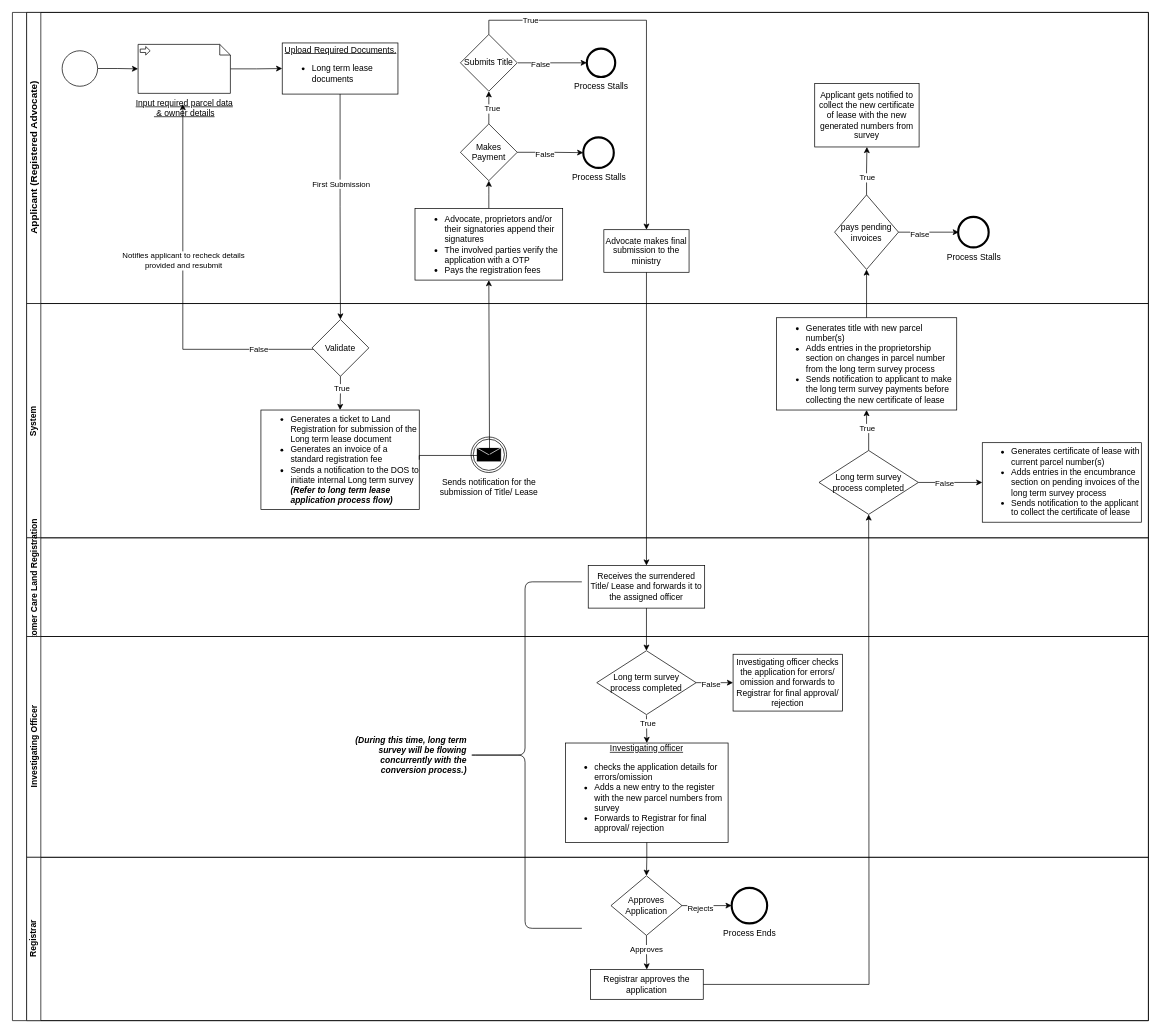
This is Long Term Lease (Conversion).drawio from pascalokoth/BPMN, a draw.io file, before an edit. Source tidied: cells renumbered, new cells numbered last; positions are measured from the earlier drawing's top-left corner, leaving out a move shared by most shapes. Both pictures are drawn from the tidied source at 71%, with x=0, y=0 at pixel (12, 12).
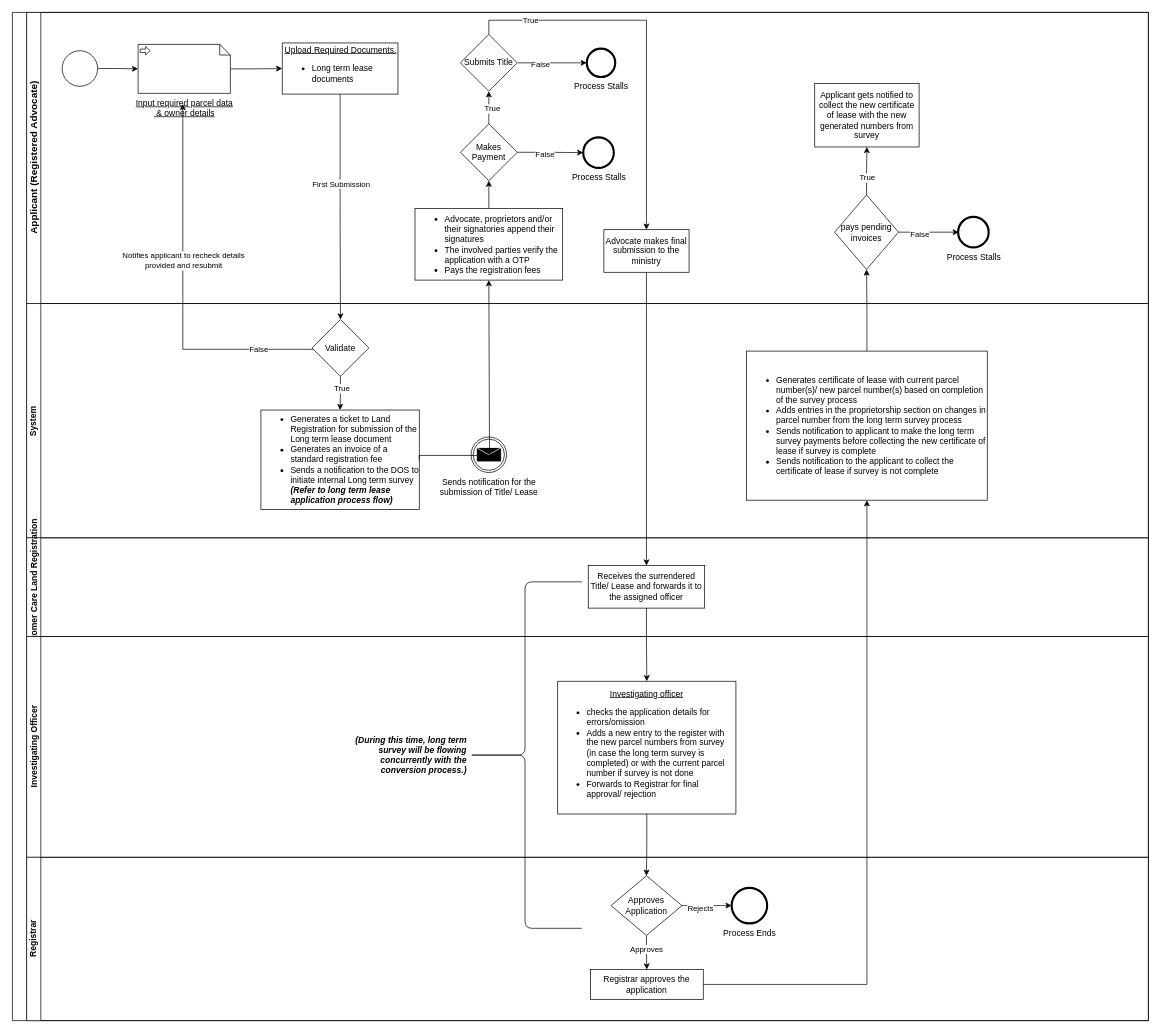
The same page after the edit.

Unchanged cells that the change refers to:
```xml
<mxCell id="2" style="swimlane;html=1;horizontal=0;startSize=20;whiteSpace=wrap;" parent="1" vertex="1">
  <mxGeometry width="1600" height="1420" as="geometry" />
</mxCell>
<mxCell id="27" value="System&amp;nbsp;" style="swimlane;html=1;startSize=20;horizontal=0;" parent="2" vertex="1">
  <mxGeometry x="20" y="410" width="1580" height="330" as="geometry" />
</mxCell>
<mxCell id="43" value="Receives the surrendered Title/ Lease and forwards it to the assigned officer" style="whiteSpace=wrap;html=1;" parent="42" vertex="1">
  <mxGeometry x="791" y="39" width="164" height="60" as="geometry" />
</mxCell>
<mxCell id="46" value="Investigating Officer" style="swimlane;html=1;startSize=20;horizontal=0;" parent="2" vertex="1">
  <mxGeometry x="20" y="879" width="1580" height="311" as="geometry" />
</mxCell>
<mxCell id="55" value="Registrar approves the application" style="whiteSpace=wrap;html=1;" parent="54" vertex="1">
  <mxGeometry x="794" y="158" width="159" height="42" as="geometry" />
</mxCell>
```

The edit, as a diff of the source:
```diff
@@
-    <mxCell id="33" style="edgeStyle=orthogonalEdgeStyle;rounded=0;jettySize=auto;html=1;" parent="27" edge="1" source="37" target="39">
-      <mxGeometry relative="1" as="geometry" />
-    </mxCell>
-    <mxCell id="34" value="True" style="edgeLabel;html=1;align=center;verticalAlign=middle;" parent="33" vertex="1">
-      <mxGeometry x="0.18" relative="1" as="geometry" />
-    </mxCell>
-    <mxCell id="35" style="edgeStyle=orthogonalEdgeStyle;rounded=0;jettySize=auto;html=1;" parent="27" edge="1" source="37" target="40">
-      <mxGeometry relative="1" as="geometry" />
-    </mxCell>
-    <mxCell id="36" value="False" style="edgeLabel;html=1;align=center;verticalAlign=middle;" parent="35" vertex="1">
-      <mxGeometry x="-0.2" relative="1" as="geometry" />
-    </mxCell>
-    <mxCell id="37" value="Long term survey process completed" style="rhombus;whiteSpace=wrap;html=1;" parent="27" vertex="1">
-      <mxGeometry x="1116" y="207" width="140" height="90" as="geometry" />
-    </mxCell>
@@
-    <mxCell id="39" value="&lt;ul&gt;&lt;li&gt;&lt;span style=&quot;background-color: initial;&quot;&gt;Generates title with new parcel number(s)&lt;/span&gt;&lt;/li&gt;&lt;li style=&quot;border-color: var(--border-color);&quot;&gt;Adds entries in the proprietorship section on changes in parcel number from the long term survey process&lt;/li&gt;&lt;li&gt;&lt;span style=&quot;background-color: initial;&quot;&gt;Sends notification to applicant to make the long term survey payments before collecting the new certificate of lease&lt;/span&gt;&lt;/li&gt;&lt;/ul&gt;" style="whiteSpace=wrap;html=1;align=left;" parent="27" vertex="1">
-      <mxGeometry x="1056" y="20" width="254" height="130" as="geometry" />
+    <mxCell id="39" value="&lt;ul style=&quot;border-color: var(--border-color);&quot;&gt;&lt;li&gt;&lt;span style=&quot;background-color: initial;&quot;&gt;Generates certificate of lease with current parcel number(s)/ new parcel number(s) based on completion of the survey process&lt;/span&gt;&lt;/li&gt;&lt;li style=&quot;border-color: var(--border-color);&quot;&gt;Adds entries in the proprietorship section on changes in parcel number from the long term survey process&lt;/li&gt;&lt;li&gt;&lt;span style=&quot;background-color: initial;&quot;&gt;Sends notification to applicant to make the long term survey payments before collecting the new certificate of lease if survey is complete&lt;/span&gt;&lt;/li&gt;&lt;li style=&quot;border-color: var(--border-color);&quot;&gt;Sends notification to the applicant to collect the certificate of lease if survey is not complete&lt;/li&gt;&lt;/ul&gt;&lt;div&gt;&lt;/div&gt;" style="whiteSpace=wrap;html=1;align=left;" parent="27" vertex="1">
+      <mxGeometry x="1014" y="67" width="339" height="210" as="geometry" />
     </mxCell>
-    <mxCell id="40" value="&lt;ul style=&quot;border-color: var(--border-color); text-align: left;&quot;&gt;&lt;li style=&quot;border-color: var(--border-color);&quot;&gt;Generates certificate of lease with current parcel number(s)&lt;/li&gt;&lt;li style=&quot;border-color: var(--border-color);&quot;&gt;&lt;span style=&quot;border-color: var(--border-color); background-color: initial;&quot;&gt;Adds entries in the encumbrance section on pending invoices of the long term survey process&lt;/span&gt;&lt;/li&gt;&lt;li style=&quot;border-color: var(--border-color);&quot;&gt;&lt;span style=&quot;border-color: var(--border-color); background-color: initial;&quot;&gt;Sends notification to the applicant to collect the certificate of lease&lt;/span&gt;&lt;/li&gt;&lt;/ul&gt;" style="whiteSpace=wrap;html=1;" parent="27" vertex="1">
-      <mxGeometry x="1346" y="196" width="224" height="112" as="geometry" />
-    </mxCell>
@@
-    <mxCell id="47" value="&lt;u&gt;Investigating officer &lt;/u&gt;&lt;br&gt;&lt;ul&gt;&lt;li style=&quot;text-align: left;&quot;&gt;checks the application details for errors/omission&lt;/li&gt;&lt;li style=&quot;text-align: left;&quot;&gt;&lt;span style=&quot;background-color: initial;&quot;&gt;Adds a new entry to the register with the new parcel numbers from survey&lt;/span&gt;&lt;/li&gt;&lt;li style=&quot;text-align: left;&quot;&gt;Forwards to Registrar for final approval/ rejection&lt;/li&gt;&lt;/ul&gt;" style="whiteSpace=wrap;html=1;" parent="46" vertex="1">
-      <mxGeometry x="759" y="150" width="229" height="140" as="geometry" />
+    <mxCell id="47" value="&lt;u&gt;Investigating officer &lt;/u&gt;&lt;br&gt;&lt;ul&gt;&lt;li style=&quot;text-align: left;&quot;&gt;checks the application details for errors/omission&lt;/li&gt;&lt;li style=&quot;text-align: left;&quot;&gt;&lt;span style=&quot;background-color: initial;&quot;&gt;Adds a new entry to the register with the new parcel numbers from survey (in case the long term survey is completed) or with the current parcel number if survey is not done&lt;/span&gt;&lt;/li&gt;&lt;li style=&quot;text-align: left;&quot;&gt;Forwards to Registrar for final approval/ rejection&lt;/li&gt;&lt;/ul&gt;" style="whiteSpace=wrap;html=1;" parent="46" vertex="1">
+      <mxGeometry x="748" y="63" width="251" height="187" as="geometry" />
     </mxCell>
-    <mxCell id="48" value="Investigating officer checks the application&amp;nbsp;for errors/ omission&amp;nbsp;and forwards to Registrar for final approval/ rejection" style="whiteSpace=wrap;html=1;" parent="46" vertex="1">
-      <mxGeometry x="995" y="25" width="154" height="80" as="geometry" />
-    </mxCell>
-    <mxCell id="49" style="edgeStyle=orthogonalEdgeStyle;rounded=0;jettySize=auto;html=1;entryX=0.5;entryY=0;entryDx=0;entryDy=0;" parent="46" edge="1" target="47">
-      <mxGeometry relative="1" as="geometry">
-        <mxPoint x="873" y="111" as="sourcePoint" />
-      </mxGeometry>
-    </mxCell>
-    <mxCell id="50" value="True" style="edgeLabel;html=1;align=center;verticalAlign=middle;" parent="49" vertex="1">
-      <mxGeometry x="-0.36" y="1" relative="1" as="geometry" />
-    </mxCell>
-    <mxCell id="51" style="edgeStyle=orthogonalEdgeStyle;rounded=0;jettySize=auto;html=1;" parent="46" edge="1" source="53" target="48">
-      <mxGeometry relative="1" as="geometry" />
-    </mxCell>
-    <mxCell id="52" value="False" style="edgeLabel;html=1;align=center;verticalAlign=middle;" parent="51" vertex="1">
-      <mxGeometry x="-0.22" y="-1" relative="1" as="geometry" />
-    </mxCell>
-    <mxCell id="53" value="Long term survey process completed" style="rhombus;whiteSpace=wrap;html=1;" parent="46" vertex="1">
-      <mxGeometry x="803" y="20" width="140" height="90" as="geometry" />
-    </mxCell>
@@
-    <mxCell id="64" style="edgeStyle=orthogonalEdgeStyle;rounded=0;jettySize=auto;html=1;" parent="2" edge="1" source="55">
-      <mxGeometry relative="1" as="geometry">
-        <mxPoint x="1206" y="707" as="targetPoint" />
-      </mxGeometry>
+    <mxCell id="64" style="edgeStyle=orthogonalEdgeStyle;rounded=0;jettySize=auto;html=1;entryX=0.5;entryY=1;entryDx=0;entryDy=0;" parent="2" edge="1" source="55" target="39">
+      <mxGeometry relative="1" as="geometry" />
     </mxCell>
-    <mxCell id="65" style="edgeStyle=orthogonalEdgeStyle;rounded=0;jettySize=auto;html=1;" parent="2" edge="1" source="43" target="53">
+    <mxCell id="65" style="edgeStyle=orthogonalEdgeStyle;rounded=0;jettySize=auto;html=1;entryX=0.5;entryY=0;entryDx=0;entryDy=0;" parent="2" edge="1" source="43" target="47">
       <mxGeometry relative="1" as="geometry" />
     </mxCell>
```
